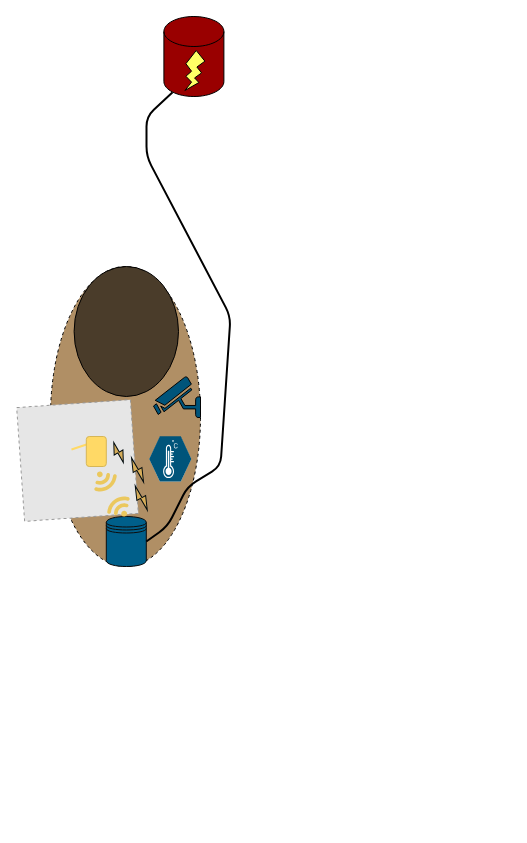
Above: Utils/Drawio/Animación Hito 1 Nido/Nido8.drawio in tlondero/Dise-o (draw.io), before the change. Source tidied: cells renumbered, new cells numbered last; positions are measured from the earlier drawing's top-left corner, leaving out a move shared by most shapes. Both pictures are drawn from the tidied source at 100%, with x=0, y=0 at pixel (20, 16). Pictures stored in the file or linked from it are replaced by grey dashed boxes.
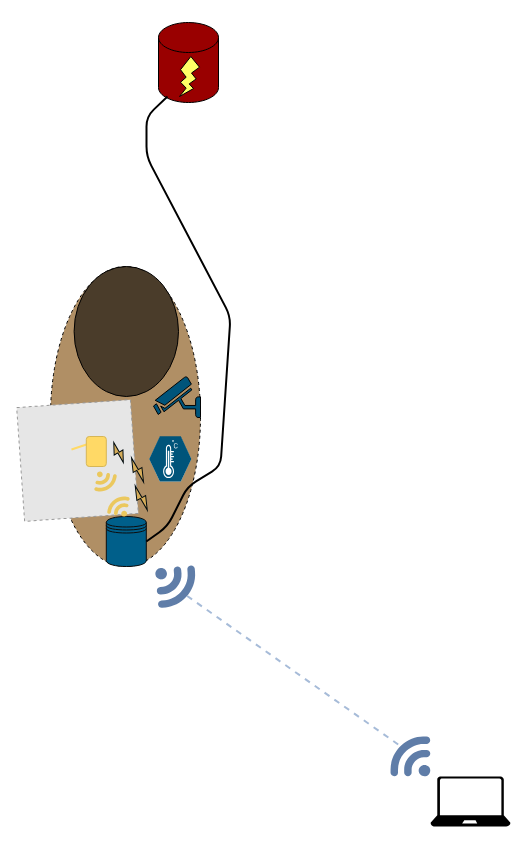
Above is the later version.

The change refers to these unchanged cells:
```xml
<mxCell id="5" style="shape=datastore;whiteSpace=wrap;html=1;strokeColor=#0D0D0D;fillColor=#005F8A;" parent="1" vertex="1">
  <mxGeometry x="85.8" y="500" width="40" height="50" as="geometry" />
</mxCell>
```

Change to the diagram source:
```diff
@@
     <mxCell id="2" style="shape=cylinder3;whiteSpace=wrap;html=1;boundedLbl=1;backgroundOutline=1;size=15;fillColor=#990000;" parent="1" vertex="1">
-      <mxGeometry x="143.4" width="60" height="80" as="geometry" />
+      <mxGeometry x="138" y="6" width="60" height="80" as="geometry" />
     </mxCell>
@@
     <mxCell id="4" style="verticalLabelPosition=bottom;verticalAlign=top;html=1;shape=mxgraph.basic.flash;fillColor=#FFFF66;" parent="1" vertex="1">
-      <mxGeometry x="164.4" y="34" width="20" height="40" as="geometry" />
+      <mxGeometry x="159" y="40" width="20" height="40" as="geometry" />
     </mxCell>
@@
-    <mxCell id="7" style="endArrow=none;html=1;fillColor=#005073;exitX=1;exitY=0.5;exitDx=0;exitDy=0;entryX=0.145;entryY=1;entryDx=0;entryDy=-4.35;entryPerimeter=0;strokeWidth=2;" parent="1" edge="1" source="5" target="2">
+    <mxCell id="7" style="endArrow=none;html=1;fillColor=#005073;exitX=1;exitY=0.5;exitDx=0;exitDy=0;strokeWidth=2;" parent="1" edge="1" source="5">
       <mxGeometry relative="1" as="geometry">
+        <mxPoint x="147" y="80" as="targetPoint" />
         <Array as="points">
           <mxPoint x="147" y="510" />
           <mxPoint x="167" y="470" />
           <mxPoint x="200" y="450" />
           <mxPoint x="210" y="300" />
           <mxPoint x="126" y="140" />
           <mxPoint x="126" y="100" />
         </Array>
       </mxGeometry>
     </mxCell>
@@
+    <mxCell id="18" style="verticalLabelPosition=bottom;html=1;verticalAlign=top;align=center;strokeColor=none;fillColor=#000000;shape=mxgraph.azure.laptop;" parent="1" vertex="1">
+      <mxGeometry x="410" y="760" width="80" height="50" as="geometry" />
+    </mxCell>
+    <mxCell id="19" style="rounded=0;jettySize=auto;html=1;exitX=0.76;exitY=0.25;exitDx=0;exitDy=0;exitPerimeter=0;entryX=0.76;entryY=0.25;entryDx=0;entryDy=0;entryPerimeter=0;dashed=1;strokeWidth=2;endArrow=none;endFill=0;jumpSize=10;jumpStyle=gap;opacity=60;fillColor=#dae8fc;strokeColor=#6c8ebf;" parent="1" edge="1" source="20" target="21">
+      <mxGeometry relative="1" as="geometry" />
+    </mxCell>
+    <mxCell id="20" style="points=[[0.005,0.09,0],[0.08,0,0],[0.76,0.25,0],[1,0.92,0],[0.91,0.995,0],[0.57,0.995,0],[0.045,0.955,0],[0.005,0.43,0]];verticalLabelPosition=bottom;html=1;verticalAlign=top;align=center;shape=mxgraph.cisco19.3g_4g_indicator;strokeColor=#6C8EBF;rotation=85;fillColor=#5F7DA8;" parent="1" vertex="1">
+      <mxGeometry x="135.8" y="550" width="40" height="40" as="geometry" />
+    </mxCell>
+    <mxCell id="21" style="points=[[0.005,0.09,0],[0.08,0,0],[0.76,0.25,0],[1,0.92,0],[0.91,0.995,0],[0.57,0.995,0],[0.045,0.955,0],[0.005,0.43,0]];verticalLabelPosition=bottom;html=1;verticalAlign=top;align=center;shape=mxgraph.cisco19.3g_4g_indicator;strokeColor=#6C8EBF;rotation=-90;fillColor=#5F7DA8;" parent="1" vertex="1">
+      <mxGeometry x="370" y="720" width="40" height="40" as="geometry" />
+    </mxCell>
```
